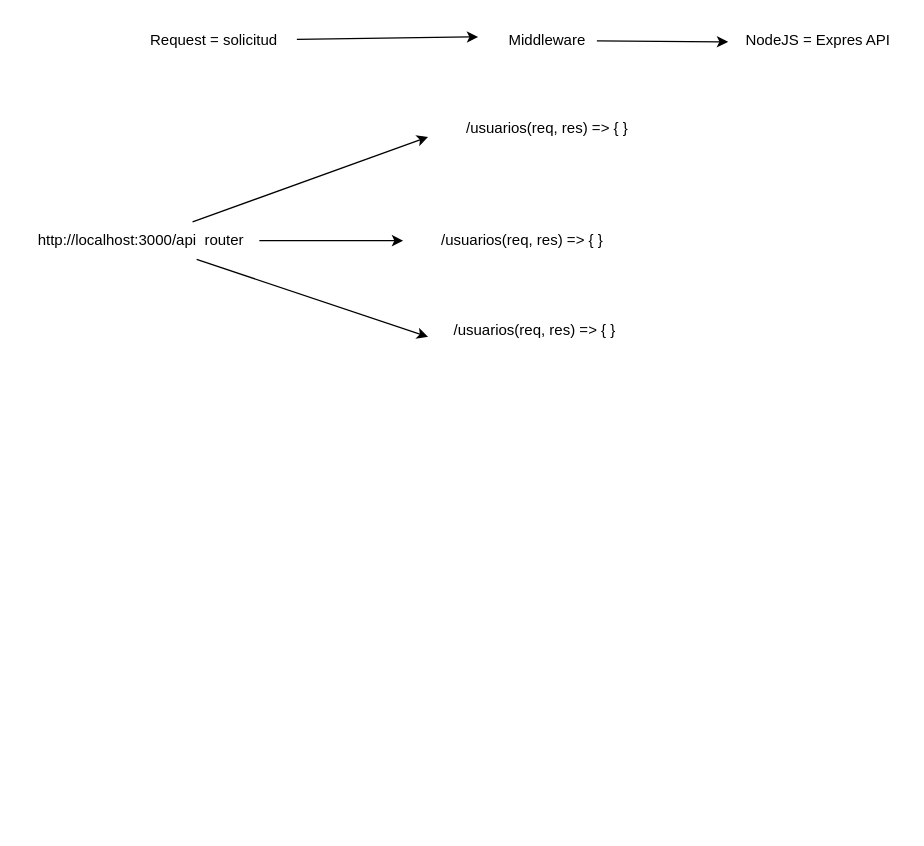
Before: expres.drawio in CarlosMrtnzMrtnz/api-BIT-2025-2, a draw.io diagram. Source tidied: cells renumbered, new cells numbered last; positions are measured from the earlier drawing's top-left corner, leaving out a move shared by most shapes. Both pictures are drawn from the tidied source at 125%, with x=0, y=0 at pixel (21, 21).
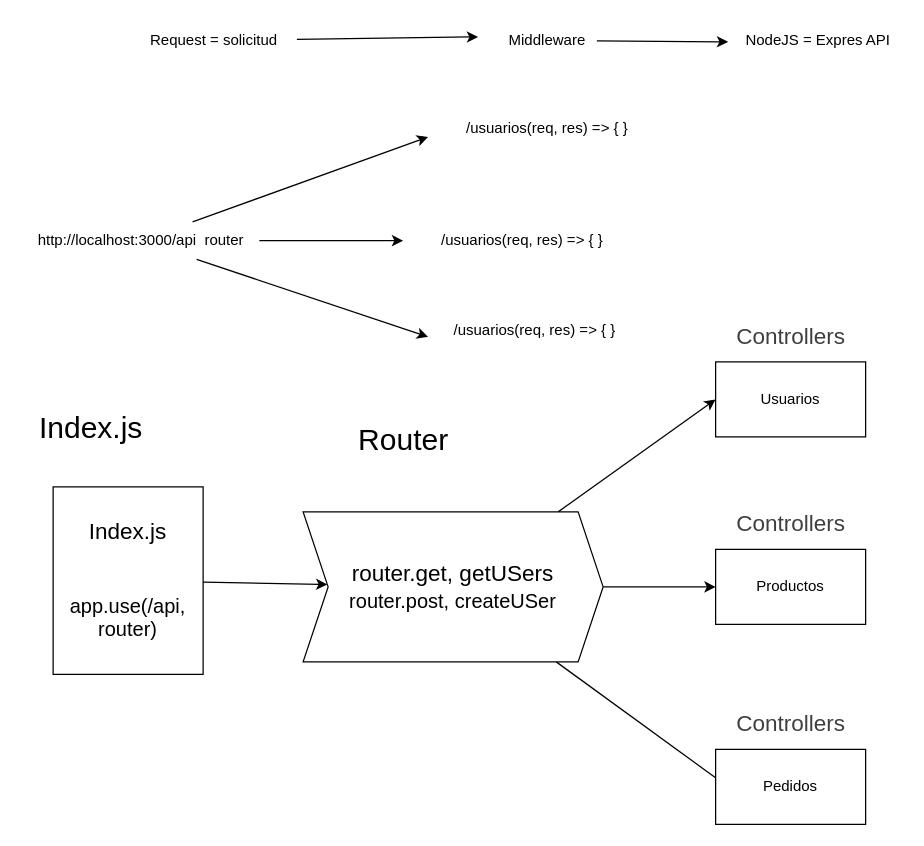
The same page after the edit.

The edit, as a diff of the source:
```diff
@@
+    <mxCell id="14" style="edgeStyle=none;html=1;" parent="1" edge="1" source="15" target="19">
+      <mxGeometry relative="1" as="geometry" />
+    </mxCell>
+    <mxCell id="15" value="&lt;font style=&quot;font-size: 18px;&quot;&gt;Index.js&lt;/font&gt;&lt;div&gt;&lt;font size=&quot;3&quot;&gt;&lt;br&gt;&lt;/font&gt;&lt;/div&gt;&lt;div&gt;&lt;font size=&quot;3&quot;&gt;&lt;br&gt;&lt;/font&gt;&lt;/div&gt;&lt;div&gt;&lt;font size=&quot;3&quot;&gt;app.use(/api, router)&lt;/font&gt;&lt;/div&gt;" style="whiteSpace=wrap;html=1;" parent="1" vertex="1">
+      <mxGeometry x="25" y="372" width="120" height="150" as="geometry" />
+    </mxCell>
+    <mxCell id="16" style="edgeStyle=none;html=1;entryX=0;entryY=0.5;entryDx=0;entryDy=0;" parent="1" edge="1" source="19" target="23">
+      <mxGeometry relative="1" as="geometry" />
+    </mxCell>
+    <mxCell id="17" style="edgeStyle=none;html=1;" parent="1" edge="1" source="19">
+      <mxGeometry relative="1" as="geometry">
+        <mxPoint x="565" y="612" as="targetPoint" />
+      </mxGeometry>
+    </mxCell>
+    <mxCell id="18" style="edgeStyle=none;html=1;entryX=0;entryY=0.5;entryDx=0;entryDy=0;" parent="1" edge="1" source="19" target="24">
+      <mxGeometry relative="1" as="geometry" />
+    </mxCell>
+    <mxCell id="19" value="&lt;font style=&quot;font-size: 18px;&quot;&gt;router.get, getUSers&lt;/font&gt;&lt;div&gt;&lt;font size=&quot;3&quot;&gt;router.post, createUSer&lt;/font&gt;&lt;/div&gt;" style="shape=step;perimeter=stepPerimeter;whiteSpace=wrap;html=1;fixedSize=1;" parent="1" vertex="1">
+      <mxGeometry x="225" y="392" width="240" height="120" as="geometry" />
+    </mxCell>
+    <mxCell id="20" value="&lt;font style=&quot;font-size: 24px;&quot;&gt;Router&lt;/font&gt;" style="text;html=1;align=center;verticalAlign=middle;strokeColor=none;fillColor=none;" parent="1" vertex="1">
+      <mxGeometry x="255" y="315" width="100" height="40" as="geometry" />
+    </mxCell>
+    <mxCell id="21" value="&lt;font style=&quot;font-size: 24px;&quot;&gt;Index.js&lt;/font&gt;" style="text;html=1;align=center;verticalAlign=middle;strokeColor=none;fillColor=none;" parent="1" vertex="1">
+      <mxGeometry y="305" width="110" height="40" as="geometry" />
+    </mxCell>
+    <mxCell id="22" value="Pedidos" style="whiteSpace=wrap;html=1;" parent="1" vertex="1">
+      <mxGeometry x="555" y="582" width="120" height="60" as="geometry" />
+    </mxCell>
+    <mxCell id="23" value="Productos" style="whiteSpace=wrap;html=1;" parent="1" vertex="1">
+      <mxGeometry x="555" y="422" width="120" height="60" as="geometry" />
+    </mxCell>
+    <mxCell id="24" value="Usuarios" style="whiteSpace=wrap;html=1;" parent="1" vertex="1">
+      <mxGeometry x="555" y="272" width="120" height="60" as="geometry" />
+    </mxCell>
+    <mxCell id="25" value="&lt;span style=&quot;color: rgb(63, 63, 63); font-size: 18px;&quot;&gt;Controllers&lt;/span&gt;" style="text;html=1;align=center;verticalAlign=middle;strokeColor=none;fillColor=none;" parent="1" vertex="1">
+      <mxGeometry x="560" y="542" width="110" height="40" as="geometry" />
+    </mxCell>
+    <mxCell id="26" value="&lt;span style=&quot;color: rgb(63, 63, 63); font-size: 18px;&quot;&gt;Controllers&lt;/span&gt;" style="text;html=1;align=center;verticalAlign=middle;strokeColor=none;fillColor=none;" parent="1" vertex="1">
+      <mxGeometry x="560" y="382" width="110" height="40" as="geometry" />
+    </mxCell>
+    <mxCell id="27" value="&lt;span style=&quot;color: rgb(63, 63, 63); font-size: 18px;&quot;&gt;Controllers&lt;/span&gt;" style="text;html=1;align=center;verticalAlign=middle;strokeColor=none;fillColor=none;" parent="1" vertex="1">
+      <mxGeometry x="560" y="232" width="110" height="40" as="geometry" />
+    </mxCell>
```
